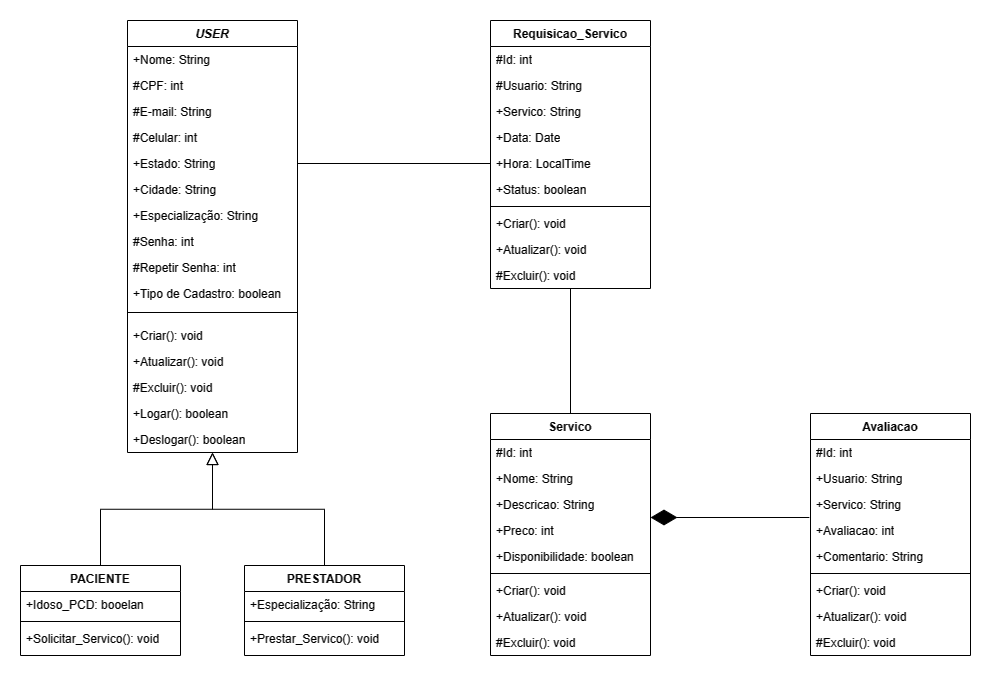
The draw.io diagram documentação/DIAGRAMAS/DIAGRAMA DE CLASSE.png in marquesluana/-PI_DSM_FATEC_2SEM2023, before a commit. Source tidied: cells renumbered, new cells last; positions are measured from the earlier drawing's top-left corner, leaving out a move shared by most shapes.
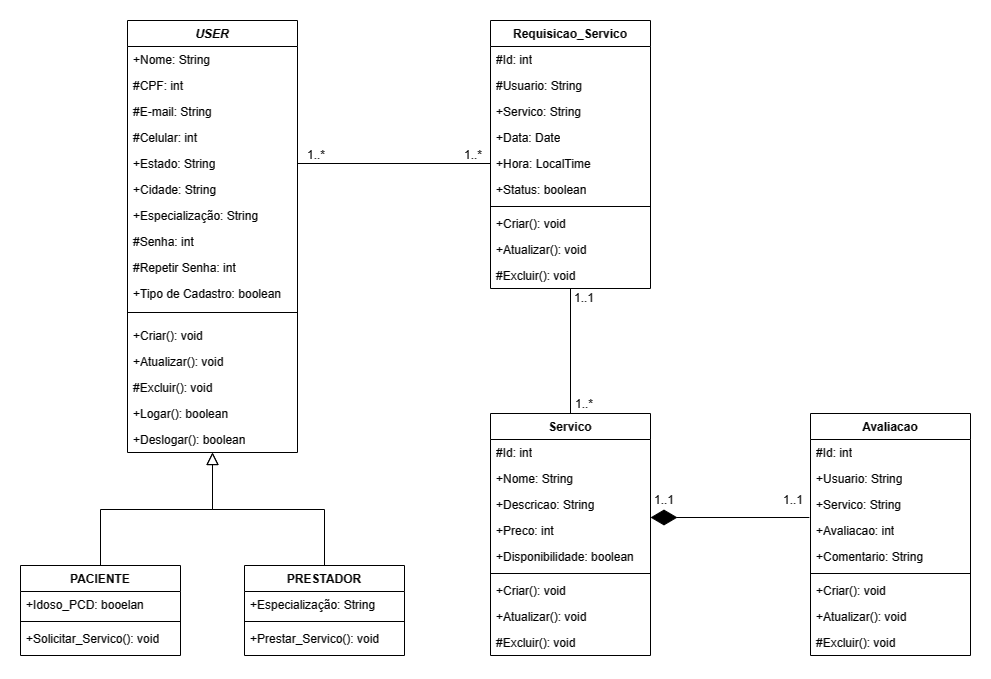
After the commit.

The edit, as a diff of the source:
```diff
@@ -187,5 +187,35 @@
     <mxCell id="62" style="endArrow=none;html=1;rounded=0;entryX=0;entryY=0.5;entryDx=0;entryDy=0;exitX=1;exitY=0.5;exitDx=0;exitDy=0;" parent="1" edge="1" source="7" target="44">
       <mxGeometry relative="1" as="geometry" />
     </mxCell>
+    <object id="63" label="1..*" name="Variable" placeholders="1">
+      <mxCell style="text;html=1;strokeColor=none;fillColor=none;align=center;verticalAlign=middle;whiteSpace=wrap;overflow=hidden;" parent="1" vertex="1">
+        <mxGeometry x="256" y="125" width="80" height="20" as="geometry" />
+      </mxCell>
+    </object>
+    <object id="64" label="1..*" name="Variable" placeholders="1">
+      <mxCell style="text;html=1;strokeColor=none;fillColor=none;align=center;verticalAlign=middle;whiteSpace=wrap;overflow=hidden;" parent="1" vertex="1">
+        <mxGeometry x="413" y="125" width="80" height="20" as="geometry" />
+      </mxCell>
+    </object>
+    <object id="65" label="1..*" name="Variable" placeholders="1">
+      <mxCell style="text;html=1;strokeColor=none;fillColor=none;align=center;verticalAlign=middle;whiteSpace=wrap;overflow=hidden;" parent="1" vertex="1">
+        <mxGeometry x="524" y="374" width="80" height="20" as="geometry" />
+      </mxCell>
+    </object>
+    <object id="66" label="1..1" name="Variable" placeholders="1">
+      <mxCell style="text;html=1;strokeColor=none;fillColor=none;align=center;verticalAlign=middle;whiteSpace=wrap;overflow=hidden;" parent="1" vertex="1">
+        <mxGeometry x="524" y="268" width="80" height="20" as="geometry" />
+      </mxCell>
+    </object>
+    <object id="67" label="1..1" name="Variable" placeholders="1">
+      <mxCell style="text;html=1;strokeColor=none;fillColor=none;align=center;verticalAlign=middle;whiteSpace=wrap;overflow=hidden;" parent="1" vertex="1">
+        <mxGeometry x="604" y="470" width="80" height="20" as="geometry" />
+      </mxCell>
+    </object>
+    <object id="68" label="1..1" name="Variable" placeholders="1">
+      <mxCell style="text;html=1;strokeColor=none;fillColor=none;align=center;verticalAlign=middle;whiteSpace=wrap;overflow=hidden;" parent="1" vertex="1">
+        <mxGeometry x="733" y="470" width="80" height="20" as="geometry" />
+      </mxCell>
+    </object>
   </root>
 </mxGraphModel>
```
